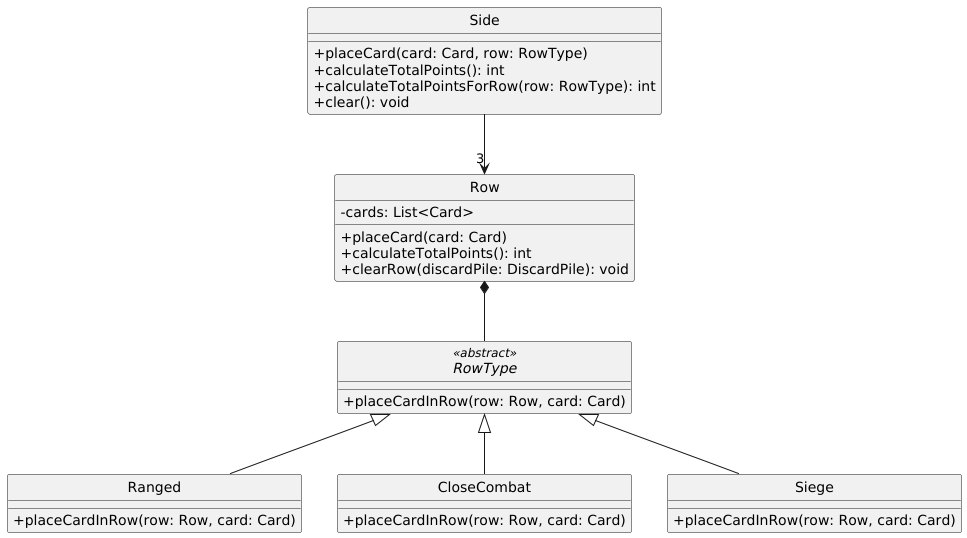
Earlier version of the PlantUML export diagrams/classes/side.png (Yonhir/algo3_proyecto_base_tp2).
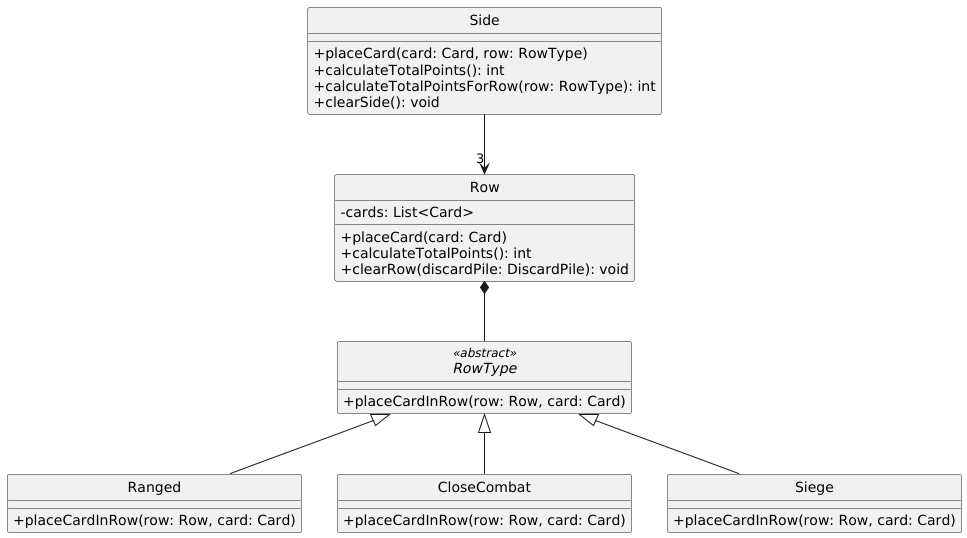
The same diagram one commit later.

Commit message:
método para limpiar el Side

The edit, as a diff of the source:
```diff
@@ -9,7 +9,7 @@
   +placeCard(card: Card, row: RowType)
   +calculateTotalPoints(): int
   +calculateTotalPointsForRow(row: RowType): int
-  +clear(): void
+  +clearSide(): void
 }
 
 class Row {
```
